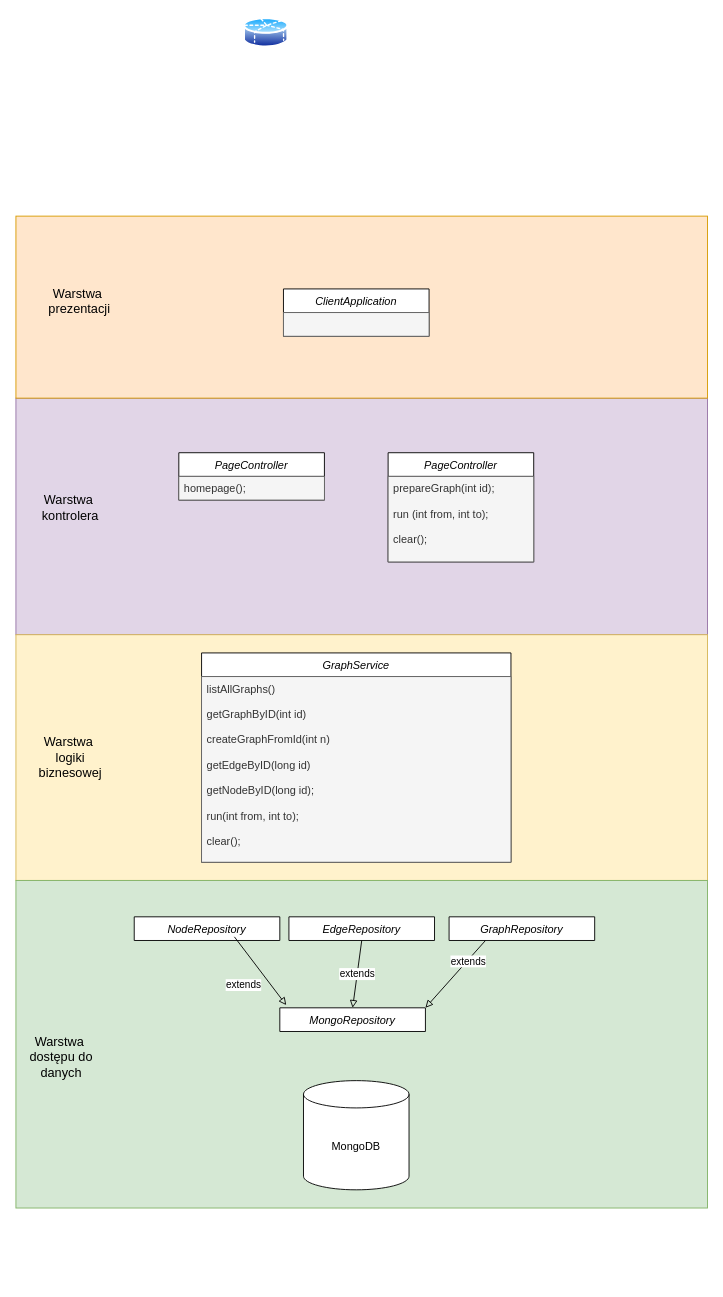
Above: other/warstwy.drawio in mikub97/ant_colony (draw.io), before the change. Source tidied: cells renumbered, new cells numbered last; positions are measured from the earlier drawing's top-left corner, leaving out a move shared by most shapes. Both pictures are drawn from the tidied source at 91%, with x=0, y=0 at pixel (15, 15).
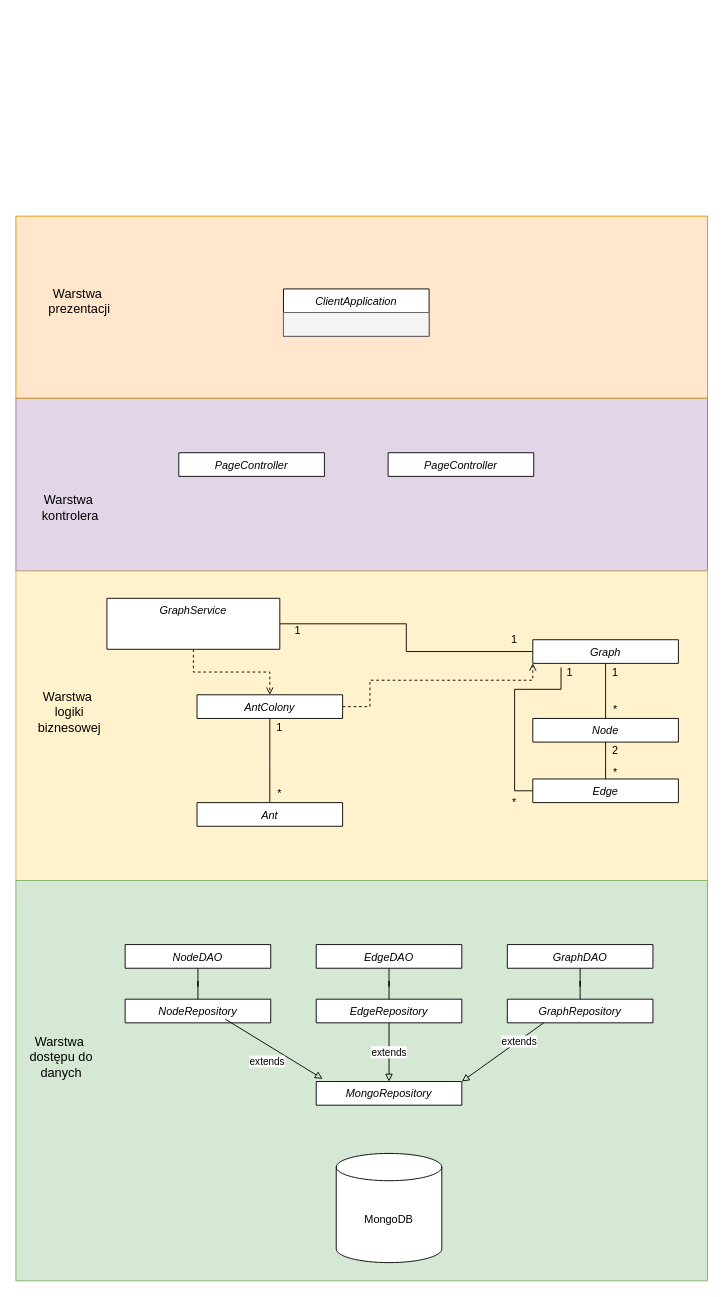
The same page after the edit.

The edit, as a diff of the source:
```diff
@@
     <mxCell id="2" style="rounded=0;whiteSpace=wrap;html=1;fillColor=#e1d5e7;strokeColor=#9673a6;" parent="1" vertex="1">
-      <mxGeometry y="420" width="760" height="260" as="geometry" />
+      <mxGeometry y="420" width="760" height="190" as="geometry" />
     </mxCell>
-    <mxCell id="3" style="rounded=0;whiteSpace=wrap;html=1;fillColor=#fff2cc;strokeColor=#d6b656;" parent="1" vertex="1">
-      <mxGeometry y="680" width="760" height="270" as="geometry" />
+    <mxCell id="3" value="&lt;span style=&quot;color: rgba(0 , 0 , 0 , 0) ; font-family: monospace ; font-size: 0px&quot;&gt;E&lt;/span&gt;" style="rounded=0;whiteSpace=wrap;html=1;fillColor=#fff2cc;strokeColor=#d6b656;" parent="1" vertex="1">
+      <mxGeometry y="610" width="760" height="340" as="geometry" />
     </mxCell>
     <mxCell id="4" style="rounded=0;whiteSpace=wrap;html=1;fillColor=#d5e8d4;strokeColor=#82b366;" parent="1" vertex="1">
-      <mxGeometry y="950" width="760" height="360" as="geometry" />
+      <mxGeometry y="950" width="760" height="440" as="geometry" />
     </mxCell>
-    <mxCell id="5" value="PageController" style="swimlane;fontStyle=2;align=center;verticalAlign=top;horizontal=1;startSize=26;rounded=0;shadow=0;strokeWidth=1;" parent="1" vertex="1">
-      <mxGeometry x="179" y="480" width="160" height="52" as="geometry" />
+    <mxCell id="5" value="PageController" style="swimlane;fontStyle=2;align=center;verticalAlign=top;horizontal=1;startSize=26;rounded=0;shadow=0;strokeWidth=1;" parent="1" vertex="1" collapsed="1">
+      <mxGeometry x="179" y="480" width="160" height="26" as="geometry" />
     </mxCell>
-    <mxCell id="6" value="homepage();" style="text;align=left;verticalAlign=top;spacingLeft=4;spacingRight=4;overflow=hidden;fillColor=#f5f5f5;strokeColor=#666666;fontColor=#333333;" parent="5" vertex="1">
-      <mxGeometry y="26" width="160" height="26" as="geometry" />
-    </mxCell>
-    <mxCell id="7" value="PageController" style="swimlane;fontStyle=2;align=center;verticalAlign=top;horizontal=1;startSize=26;rounded=0;shadow=0;strokeWidth=1;" parent="1" vertex="1">
-      <mxGeometry x="409" y="480" width="160" height="120" as="geometry" />
+    <mxCell id="7" value="PageController" style="swimlane;fontStyle=2;align=center;verticalAlign=top;horizontal=1;startSize=26;rounded=0;shadow=0;strokeWidth=1;" parent="1" vertex="1" collapsed="1">
+      <mxGeometry x="409" y="480" width="160" height="26" as="geometry" />
     </mxCell>
-    <mxCell id="8" value="prepareGraph(int id);&#10;&#10;run (int from, int to);&#10;&#10;clear();" style="text;align=left;verticalAlign=top;spacingLeft=4;spacingRight=4;overflow=hidden;fillColor=#f5f5f5;strokeColor=#666666;fontColor=#333333;" parent="7" vertex="1">
-      <mxGeometry y="26" width="160" height="94" as="geometry" />
-    </mxCell>
+    <mxCell id="29" style="edgeStyle=orthogonalEdgeStyle;rounded=0;jettySize=auto;html=1;endArrow=none;endFill=0;" parent="1" edge="1" source="9" target="37">
+      <mxGeometry relative="1" as="geometry" />
+    </mxCell>
+    <mxCell id="30" style="edgeStyle=orthogonalEdgeStyle;rounded=0;jettySize=auto;html=1;entryX=0.5;entryY=0;entryDx=0;entryDy=0;dashed=1;endArrow=open;endFill=0;" parent="1" edge="1" source="9" target="33">
+      <mxGeometry relative="1" as="geometry" />
+    </mxCell>
-    <mxCell id="9" value="GraphService" style="swimlane;fontStyle=2;align=center;verticalAlign=top;horizontal=1;startSize=26;rounded=0;shadow=0;strokeWidth=1;" parent="1" vertex="1">
-      <mxGeometry x="204" y="700" width="340" height="230" as="geometry" />
+    <mxCell id="9" value="GraphService" style="swimlane;fontStyle=2;align=center;verticalAlign=top;horizontal=1;startSize=56;rounded=0;shadow=0;strokeWidth=1;" parent="1" vertex="1" collapsed="1">
+      <mxGeometry x="100" y="640" width="190" height="56" as="geometry" />
     </mxCell>
-    <mxCell id="10" value="listAllGraphs()&#10;&#10;getGraphByID(int id)&#10;&#10;createGraphFromId(int n)&#10;&#10;getEdgeByID(long id)&#10;&#10;getNodeByID(long id);&#10;&#10;run(int from, int to);&#10;&#10;clear();" style="text;align=left;verticalAlign=top;spacingLeft=4;spacingRight=4;overflow=hidden;fillColor=#f5f5f5;strokeColor=#666666;fontColor=#333333;" parent="9" vertex="1">
-      <mxGeometry y="26" width="340" height="204" as="geometry" />
-    </mxCell>
     <mxCell id="11" value="EdgeRepository" style="swimlane;fontStyle=2;align=center;verticalAlign=top;horizontal=1;startSize=26;rounded=0;shadow=0;strokeWidth=1;" parent="1" vertex="1" collapsed="1">
-      <mxGeometry x="300" y="990" width="160" height="26" as="geometry" />
+      <mxGeometry x="330" y="1080.5" width="160" height="26" as="geometry" />
     </mxCell>
     <mxCell id="12" value="GraphRepository" style="swimlane;fontStyle=2;align=center;verticalAlign=top;horizontal=1;startSize=26;rounded=0;shadow=0;strokeWidth=1;" parent="1" vertex="1" collapsed="1">
-      <mxGeometry x="476" y="990" width="160" height="26" as="geometry" />
+      <mxGeometry x="540" y="1080.5" width="160" height="26" as="geometry" />
     </mxCell>
     <mxCell id="13" value="NodeRepository" style="swimlane;fontStyle=2;align=center;verticalAlign=top;horizontal=1;startSize=26;rounded=0;shadow=0;strokeWidth=1;" parent="1" vertex="1" collapsed="1">
-      <mxGeometry x="130" y="990" width="160" height="26" as="geometry" />
+      <mxGeometry x="120" y="1080.5" width="160" height="26" as="geometry" />
     </mxCell>
     <mxCell id="14" value="MongoRepository" style="swimlane;fontStyle=2;align=center;verticalAlign=top;horizontal=1;startSize=26;rounded=0;shadow=0;strokeWidth=1;" parent="1" vertex="1" collapsed="1">
-      <mxGeometry x="290" y="1090" width="160" height="26" as="geometry" />
+      <mxGeometry x="330" y="1171" width="160" height="26" as="geometry" />
     </mxCell>
@@
     <mxCell id="20" value="MongoDB" style="shape=cylinder3;whiteSpace=wrap;html=1;boundedLbl=1;backgroundOutline=1;size=15;" parent="1" vertex="1">
-      <mxGeometry x="316" y="1170" width="116" height="120" as="geometry" />
+      <mxGeometry x="352" y="1250" width="116" height="120" as="geometry" />
     </mxCell>
@@
     <mxCell id="22" value="&lt;font style=&quot;font-size: 14px&quot;&gt;Warstwa&amp;nbsp; logiki biznesowej&lt;/font&gt;" style="text;html=1;strokeColor=none;fillColor=none;align=center;verticalAlign=middle;whiteSpace=wrap;rounded=0;" parent="1" vertex="1">
-      <mxGeometry x="20" y="761.5" width="80" height="107" as="geometry" />
+      <mxGeometry x="19" y="711.5" width="80" height="107" as="geometry" />
     </mxCell>
@@
-    <mxCell id="28" style="perimeter=ellipsePerimeter;html=1;align=center;shadow=0;dashed=0;spacingTop=3;image;image=img/lib/active_directory/database_partition_5.svg;" parent="1" vertex="1">
-      <mxGeometry x="250" width="50" height="37" as="geometry" />
-    </mxCell>
+    <mxCell id="31" style="edgeStyle=orthogonalEdgeStyle;rounded=0;jettySize=auto;html=1;endArrow=none;endFill=0;" parent="1" edge="1" source="33">
+      <mxGeometry relative="1" as="geometry">
+        <mxPoint x="279" y="865" as="targetPoint" />
+      </mxGeometry>
+    </mxCell>
+    <mxCell id="32" style="edgeStyle=orthogonalEdgeStyle;rounded=0;jettySize=auto;html=1;entryX=0;entryY=1;entryDx=0;entryDy=0;endArrow=open;endFill=0;dashed=1;" parent="1" edge="1" source="33" target="37">
+      <mxGeometry relative="1" as="geometry">
+        <Array as="points">
+          <mxPoint x="389" y="759" />
+          <mxPoint x="389" y="730" />
+          <mxPoint x="568" y="730" />
+        </Array>
+      </mxGeometry>
+    </mxCell>
+    <mxCell id="33" value="AntColony" style="swimlane;fontStyle=2;align=center;verticalAlign=top;horizontal=1;startSize=26;rounded=0;shadow=0;strokeWidth=1;" parent="1" vertex="1" collapsed="1">
+      <mxGeometry x="199" y="746" width="160" height="26" as="geometry" />
+    </mxCell>
+    <mxCell id="34" value="Ant" style="swimlane;fontStyle=2;align=center;verticalAlign=top;horizontal=1;startSize=26;rounded=0;shadow=0;strokeWidth=1;" parent="1" vertex="1" collapsed="1">
+      <mxGeometry x="199" y="864.5" width="160" height="26" as="geometry" />
+    </mxCell>
+    <mxCell id="35" style="edgeStyle=orthogonalEdgeStyle;rounded=0;jettySize=auto;html=1;endArrow=none;endFill=0;" parent="1" edge="1" source="37" target="38">
+      <mxGeometry relative="1" as="geometry" />
+    </mxCell>
+    <mxCell id="36" style="edgeStyle=orthogonalEdgeStyle;rounded=0;jettySize=auto;html=1;entryX=0;entryY=0.5;entryDx=0;entryDy=0;endArrow=none;endFill=0;exitX=0.194;exitY=1.173;exitDx=0;exitDy=0;exitPerimeter=0;" parent="1" edge="1" source="37" target="40">
+      <mxGeometry relative="1" as="geometry">
+        <Array as="points">
+          <mxPoint x="599" y="740" />
+          <mxPoint x="548" y="740" />
+          <mxPoint x="548" y="852" />
+        </Array>
+      </mxGeometry>
+    </mxCell>
+    <mxCell id="37" value="Graph" style="swimlane;fontStyle=2;align=center;verticalAlign=top;horizontal=1;startSize=26;rounded=0;shadow=0;strokeWidth=1;" parent="1" vertex="1" collapsed="1">
+      <mxGeometry x="568" y="685.5" width="160" height="26" as="geometry" />
+    </mxCell>
+    <mxCell id="38" value="Node" style="swimlane;fontStyle=2;align=center;verticalAlign=top;horizontal=1;startSize=26;rounded=0;shadow=0;strokeWidth=1;" parent="1" vertex="1" collapsed="1">
+      <mxGeometry x="568" y="772" width="160" height="26" as="geometry" />
+    </mxCell>
+    <mxCell id="39" style="edgeStyle=orthogonalEdgeStyle;rounded=0;jettySize=auto;html=1;entryX=0.5;entryY=1;entryDx=0;entryDy=0;endArrow=none;endFill=0;" parent="1" edge="1" source="40" target="38">
+      <mxGeometry relative="1" as="geometry" />
+    </mxCell>
+    <mxCell id="40" value="Edge" style="swimlane;fontStyle=2;align=center;verticalAlign=top;horizontal=1;startSize=26;rounded=0;shadow=0;strokeWidth=1;" parent="1" vertex="1" collapsed="1">
+      <mxGeometry x="568" y="838.5" width="160" height="26" as="geometry" />
+    </mxCell>
+    <mxCell id="41" value="1" style="text;html=1;strokeColor=none;fillColor=none;align=center;verticalAlign=middle;whiteSpace=wrap;rounded=0;" parent="1" vertex="1">
+      <mxGeometry x="290" y="665.5" width="40" height="20" as="geometry" />
+    </mxCell>
+    <mxCell id="42" value="1" style="text;html=1;strokeColor=none;fillColor=none;align=center;verticalAlign=middle;whiteSpace=wrap;rounded=0;" parent="1" vertex="1">
+      <mxGeometry x="528" y="676" width="40" height="20" as="geometry" />
+    </mxCell>
+    <mxCell id="43" value="*" style="text;html=1;strokeColor=none;fillColor=none;align=center;verticalAlign=middle;whiteSpace=wrap;rounded=0;" parent="1" vertex="1">
+      <mxGeometry x="270" y="844.5" width="40" height="20" as="geometry" />
+    </mxCell>
+    <mxCell id="44" value="*" style="text;html=1;strokeColor=none;fillColor=none;align=center;verticalAlign=middle;whiteSpace=wrap;rounded=0;" parent="1" vertex="1">
+      <mxGeometry x="639" y="752" width="40" height="20" as="geometry" />
+    </mxCell>
+    <mxCell id="45" value="1" style="text;html=1;strokeColor=none;fillColor=none;align=center;verticalAlign=middle;whiteSpace=wrap;rounded=0;" parent="1" vertex="1">
+      <mxGeometry x="639" y="711.5" width="40" height="20" as="geometry" />
+    </mxCell>
+    <mxCell id="46" value="1" style="text;html=1;strokeColor=none;fillColor=none;align=center;verticalAlign=middle;whiteSpace=wrap;rounded=0;" parent="1" vertex="1">
+      <mxGeometry x="589" y="711.5" width="40" height="20" as="geometry" />
+    </mxCell>
+    <mxCell id="47" value="*" style="text;html=1;strokeColor=none;fillColor=none;align=center;verticalAlign=middle;whiteSpace=wrap;rounded=0;" parent="1" vertex="1">
+      <mxGeometry x="528" y="855" width="40" height="20" as="geometry" />
+    </mxCell>
+    <mxCell id="48" value="*" style="text;html=1;strokeColor=none;fillColor=none;align=center;verticalAlign=middle;whiteSpace=wrap;rounded=0;" parent="1" vertex="1">
+      <mxGeometry x="639" y="821.5" width="40" height="20" as="geometry" />
+    </mxCell>
+    <mxCell id="49" value="2" style="text;html=1;strokeColor=none;fillColor=none;align=center;verticalAlign=middle;whiteSpace=wrap;rounded=0;" parent="1" vertex="1">
+      <mxGeometry x="639" y="798" width="40" height="20" as="geometry" />
+    </mxCell>
+    <mxCell id="50" style="edgeStyle=orthogonalEdgeStyle;rounded=0;jettySize=auto;html=1;endArrow=none;endFill=0;" parent="1" edge="1" source="51" target="11">
+      <mxGeometry relative="1" as="geometry" />
+    </mxCell>
+    <mxCell id="51" value="EdgeDAO" style="swimlane;fontStyle=2;align=center;verticalAlign=top;horizontal=1;startSize=26;rounded=0;shadow=0;strokeWidth=1;" parent="1" vertex="1" collapsed="1">
+      <mxGeometry x="330" y="1020.5" width="160" height="26" as="geometry" />
+    </mxCell>
+    <mxCell id="52" style="edgeStyle=orthogonalEdgeStyle;rounded=0;jettySize=auto;html=1;entryX=0.5;entryY=0;entryDx=0;entryDy=0;endArrow=none;endFill=0;" parent="1" edge="1" source="53" target="12">
+      <mxGeometry relative="1" as="geometry" />
+    </mxCell>
+    <mxCell id="53" value="GraphDAO" style="swimlane;fontStyle=2;align=center;verticalAlign=top;horizontal=1;startSize=26;rounded=0;shadow=0;strokeWidth=1;" parent="1" vertex="1" collapsed="1">
+      <mxGeometry x="540" y="1020.5" width="160" height="26" as="geometry" />
+    </mxCell>
+    <mxCell id="54" style="edgeStyle=orthogonalEdgeStyle;rounded=0;jettySize=auto;html=1;endArrow=none;endFill=0;" parent="1" edge="1" source="55" target="13">
+      <mxGeometry relative="1" as="geometry" />
+    </mxCell>
+    <mxCell id="55" value="NodeDAO" style="swimlane;fontStyle=2;align=center;verticalAlign=top;horizontal=1;startSize=26;rounded=0;shadow=0;strokeWidth=1;" parent="1" vertex="1" collapsed="1">
+      <mxGeometry x="120" y="1020.5" width="160" height="26" as="geometry" />
+    </mxCell>
+    <mxCell id="56" style="edgeStyle=orthogonalEdgeStyle;rounded=0;orthogonalLoop=1;jettySize=auto;html=1;exitX=0.5;exitY=1;exitDx=0;exitDy=0;dashed=1;endArrow=open;endFill=0;" parent="1" edge="1" source="34" target="34">
+      <mxGeometry relative="1" as="geometry" />
+    </mxCell>
+    <mxCell id="57" value="1" style="text;html=1;strokeColor=none;fillColor=none;align=center;verticalAlign=middle;whiteSpace=wrap;rounded=0;" parent="1" vertex="1">
+      <mxGeometry x="270" y="772" width="40" height="20" as="geometry" />
+    </mxCell>
```
